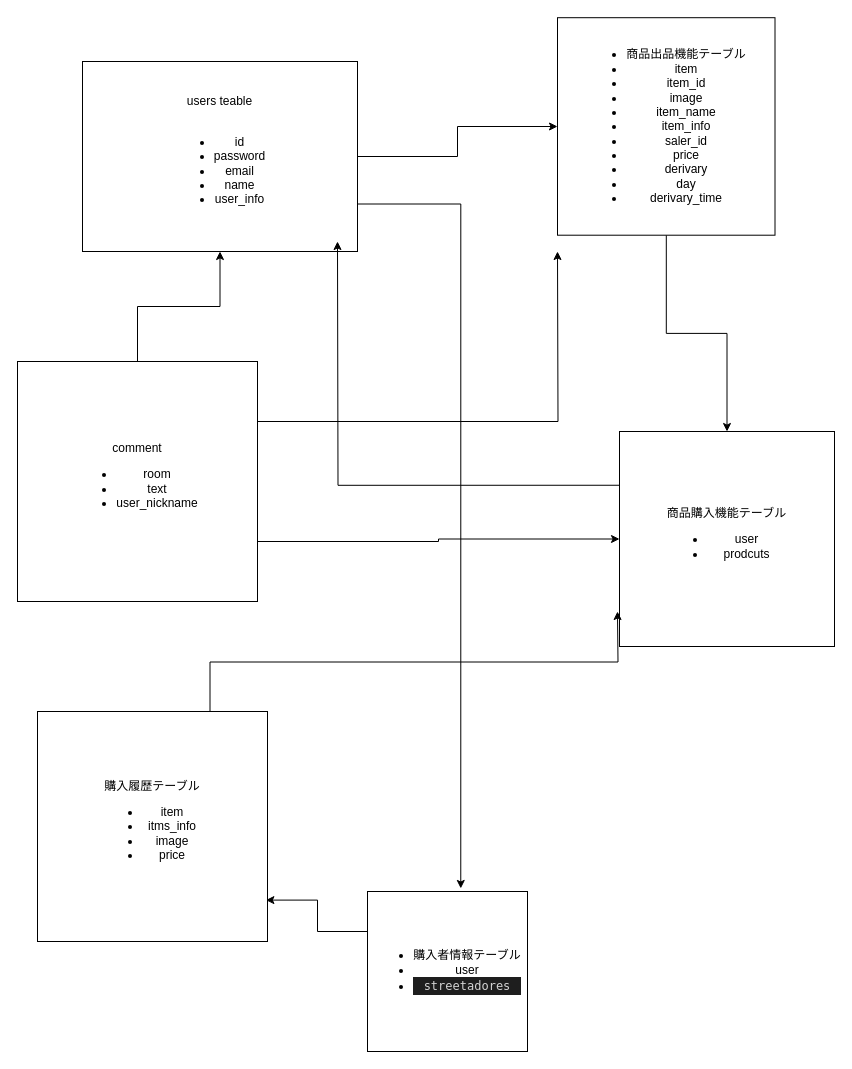
The draw.io diagram test.dio in 20000414t/furima-34444, before the edit. Source tidied: cells renumbered, new cells numbered last; positions are measured from the earlier drawing's top-left corner, leaving out a move shared by most shapes. Both pictures are drawn from the tidied source at 100%, with x=0, y=0 at pixel (17, 17).
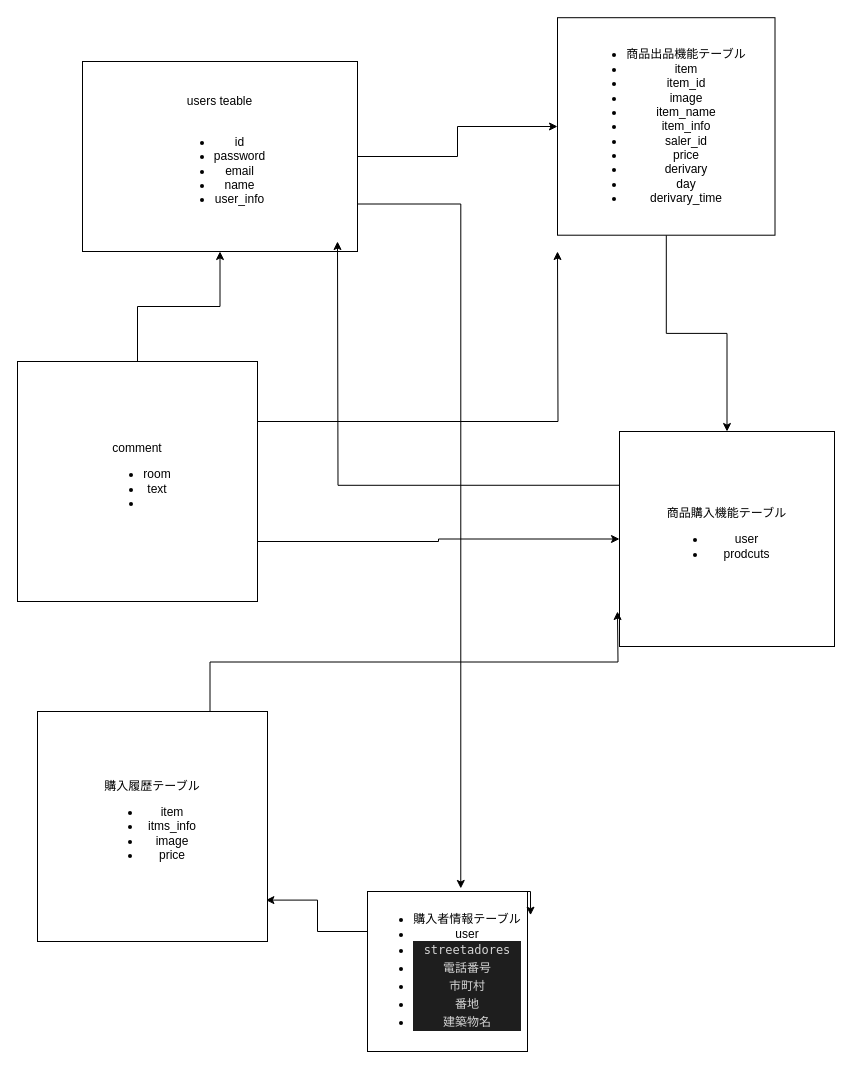
Above is the later version.

Diff of the diagram source:
```diff
@@
 <mxGraphModel>
   <root>
     <mxCell id="0" />
     <mxCell id="1" parent="0" />
     <mxCell id="2" style="edgeStyle=orthogonalEdgeStyle;rounded=0;jettySize=auto;html=1;exitX=1;exitY=0.5;exitDx=0;exitDy=0;" parent="1" edge="1" source="4" target="6">
       <mxGeometry relative="1" as="geometry" />
     </mxCell>
     <mxCell id="3" style="edgeStyle=orthogonalEdgeStyle;rounded=0;jettySize=auto;html=1;exitX=1;exitY=0.75;exitDx=0;exitDy=0;entryX=0.583;entryY=-0.019;entryDx=0;entryDy=0;entryPerimeter=0;" parent="1" edge="1" source="4" target="16">
       <mxGeometry relative="1" as="geometry" />
     </mxCell>
     <mxCell id="4" value="users teable&lt;br&gt;&lt;br&gt;&lt;ul&gt;&lt;li&gt;id&lt;/li&gt;&lt;li&gt;password&lt;/li&gt;&lt;li&gt;email&lt;/li&gt;&lt;li&gt;name&lt;/li&gt;&lt;li&gt;user_info&lt;/li&gt;&lt;/ul&gt;" style="whiteSpace=wrap;html=1;" parent="1" vertex="1">
       <mxGeometry x="65" y="44" width="275" height="190" as="geometry" />
     </mxCell>
     <mxCell id="5" style="edgeStyle=orthogonalEdgeStyle;rounded=0;jettySize=auto;html=1;entryX=0.5;entryY=0;entryDx=0;entryDy=0;" parent="1" edge="1" source="6" target="8">
       <mxGeometry relative="1" as="geometry" />
     </mxCell>
     <mxCell id="6" value="&lt;ul&gt;&lt;li&gt;&lt;span&gt;商品出品機能テーブル&lt;/span&gt;&lt;/li&gt;&lt;li&gt;&lt;span&gt;item&lt;/span&gt;&lt;/li&gt;&lt;li&gt;&lt;span&gt;item_id&lt;/span&gt;&lt;/li&gt;&lt;li&gt;&lt;span&gt;image&lt;/span&gt;&lt;/li&gt;&lt;li&gt;&lt;span&gt;item_name&lt;/span&gt;&lt;/li&gt;&lt;li&gt;&lt;span&gt;item_info&lt;/span&gt;&lt;/li&gt;&lt;li&gt;&lt;span&gt;saler_id&lt;/span&gt;&lt;/li&gt;&lt;li&gt;&lt;span&gt;price&lt;/span&gt;&lt;/li&gt;&lt;li&gt;&lt;span&gt;derivary&lt;/span&gt;&lt;/li&gt;&lt;li&gt;&lt;span&gt;day&lt;/span&gt;&lt;/li&gt;&lt;li&gt;&lt;span&gt;derivary_time&lt;/span&gt;&lt;/li&gt;&lt;/ul&gt;" style="whiteSpace=wrap;html=1;align=center;" parent="1" vertex="1">
       <mxGeometry x="540" y="0.2" width="217.5" height="217.5" as="geometry" />
     </mxCell>
     <mxCell id="7" style="edgeStyle=orthogonalEdgeStyle;rounded=0;jettySize=auto;html=1;exitX=0;exitY=0.25;exitDx=0;exitDy=0;" parent="1" edge="1" source="8">
       <mxGeometry relative="1" as="geometry">
         <mxPoint x="320" y="224" as="targetPoint" />
       </mxGeometry>
     </mxCell>
     <mxCell id="8" value="商品購入機能テーブル&lt;br&gt;&lt;ul&gt;&lt;li&gt;user&lt;/li&gt;&lt;li&gt;prodcuts&lt;/li&gt;&lt;/ul&gt;" style="whiteSpace=wrap;html=1;align=center;" parent="1" vertex="1">
       <mxGeometry x="602" y="414" width="215" height="215" as="geometry" />
     </mxCell>
     <mxCell id="9" style="edgeStyle=orthogonalEdgeStyle;rounded=0;jettySize=auto;html=1;exitX=1;exitY=0.25;exitDx=0;exitDy=0;" parent="1" edge="1" source="12">
       <mxGeometry relative="1" as="geometry">
         <mxPoint x="540" y="234" as="targetPoint" />
       </mxGeometry>
     </mxCell>
     <mxCell id="10" style="edgeStyle=orthogonalEdgeStyle;rounded=0;jettySize=auto;html=1;exitX=0.5;exitY=0;exitDx=0;exitDy=0;entryX=0.5;entryY=1;entryDx=0;entryDy=0;" parent="1" edge="1" source="12" target="4">
       <mxGeometry relative="1" as="geometry" />
     </mxCell>
     <mxCell id="11" style="edgeStyle=orthogonalEdgeStyle;rounded=0;jettySize=auto;html=1;exitX=1;exitY=0.75;exitDx=0;exitDy=0;" parent="1" edge="1" source="12" target="8">
       <mxGeometry relative="1" as="geometry" />
     </mxCell>
-    <mxCell id="12" value="comment&lt;br&gt;&lt;ul&gt;&lt;li&gt;room&lt;/li&gt;&lt;li&gt;text&lt;/li&gt;&lt;li&gt;user_nickname&lt;/li&gt;&lt;/ul&gt;" style="whiteSpace=wrap;html=1;align=center;" parent="1" vertex="1">
+    <mxCell id="12" value="comment&lt;br&gt;&lt;ul&gt;&lt;li&gt;room&lt;/li&gt;&lt;li&gt;text&lt;/li&gt;&lt;li&gt;&lt;br&gt;&lt;/li&gt;&lt;/ul&gt;" style="whiteSpace=wrap;html=1;align=center;" parent="1" vertex="1">
       <mxGeometry y="344" width="240" height="240" as="geometry" />
     </mxCell>
     <mxCell id="13" style="edgeStyle=orthogonalEdgeStyle;rounded=0;jettySize=auto;html=1;exitX=0.75;exitY=0;exitDx=0;exitDy=0;" parent="1" edge="1" source="14">
       <mxGeometry relative="1" as="geometry">
         <mxPoint x="600" y="594" as="targetPoint" />
       </mxGeometry>
     </mxCell>
     <mxCell id="14" value="購入履歴テーブル&lt;br&gt;&lt;ul&gt;&lt;li&gt;item&lt;/li&gt;&lt;li&gt;itms_info　&lt;/li&gt;&lt;li&gt;image&lt;/li&gt;&lt;li&gt;price&lt;/li&gt;&lt;/ul&gt;" style="whiteSpace=wrap;html=1;align=center;" parent="1" vertex="1">
       <mxGeometry x="20" y="694" width="230" height="230" as="geometry" />
     </mxCell>
     <mxCell id="15" style="edgeStyle=orthogonalEdgeStyle;rounded=0;jettySize=auto;html=1;exitX=0;exitY=0.25;exitDx=0;exitDy=0;entryX=0.993;entryY=0.82;entryDx=0;entryDy=0;entryPerimeter=0;" parent="1" edge="1" source="16" target="14">
       <mxGeometry relative="1" as="geometry" />
     </mxCell>
-    <mxCell id="16" value="&lt;ul&gt;&lt;li&gt;購入者情報テーブル&lt;/li&gt;&lt;li&gt;user&lt;/li&gt;&lt;li&gt;&lt;div style=&quot;color: rgb(212 , 212 , 212) ; background-color: rgb(30 , 30 , 30) ; font-family: &amp;#34;menlo&amp;#34; , &amp;#34;monaco&amp;#34; , &amp;#34;courier new&amp;#34; , monospace ; line-height: 18px&quot;&gt;streetadores&lt;/div&gt;&lt;/li&gt;&lt;/ul&gt;" style="whiteSpace=wrap;html=1;align=center;" parent="1" vertex="1">
+    <mxCell id="16" value="&lt;ul&gt;&lt;li&gt;購入者情報テーブル&lt;/li&gt;&lt;li&gt;user&lt;/li&gt;&lt;li&gt;&lt;div style=&quot;color: rgb(212 , 212 , 212) ; background-color: rgb(30 , 30 , 30) ; font-family: &amp;#34;menlo&amp;#34; , &amp;#34;monaco&amp;#34; , &amp;#34;courier new&amp;#34; , monospace ; line-height: 18px&quot;&gt;streetadores&lt;/div&gt;&lt;/li&gt;&lt;li&gt;&lt;div style=&quot;color: rgb(212 , 212 , 212) ; background-color: rgb(30 , 30 , 30) ; font-family: &amp;#34;menlo&amp;#34; , &amp;#34;monaco&amp;#34; , &amp;#34;courier new&amp;#34; , monospace ; line-height: 18px&quot;&gt;電話番号&lt;/div&gt;&lt;/li&gt;&lt;li&gt;&lt;div style=&quot;color: rgb(212 , 212 , 212) ; background-color: rgb(30 , 30 , 30) ; font-family: &amp;#34;menlo&amp;#34; , &amp;#34;monaco&amp;#34; , &amp;#34;courier new&amp;#34; , monospace ; line-height: 18px&quot;&gt;市町村&lt;/div&gt;&lt;/li&gt;&lt;li&gt;&lt;div style=&quot;color: rgb(212 , 212 , 212) ; background-color: rgb(30 , 30 , 30) ; font-family: &amp;#34;menlo&amp;#34; , &amp;#34;monaco&amp;#34; , &amp;#34;courier new&amp;#34; , monospace ; line-height: 18px&quot;&gt;番地&lt;/div&gt;&lt;/li&gt;&lt;li&gt;&lt;div style=&quot;color: rgb(212 , 212 , 212) ; background-color: rgb(30 , 30 , 30) ; font-family: &amp;#34;menlo&amp;#34; , &amp;#34;monaco&amp;#34; , &amp;#34;courier new&amp;#34; , monospace ; line-height: 18px&quot;&gt;建築物名&lt;/div&gt;&lt;/li&gt;&lt;/ul&gt;" style="whiteSpace=wrap;html=1;align=center;" parent="1" vertex="1">
       <mxGeometry x="350" y="874" width="160" height="160" as="geometry" />
     </mxCell>
+    <mxCell id="17" style="edgeStyle=orthogonalEdgeStyle;rounded=0;orthogonalLoop=1;jettySize=auto;html=1;exitX=1;exitY=0;exitDx=0;exitDy=0;entryX=1.019;entryY=0.148;entryDx=0;entryDy=0;entryPerimeter=0;" parent="1" edge="1" source="16" target="16">
+      <mxGeometry relative="1" as="geometry" />
+    </mxCell>
   </root>
 </mxGraphModel>
```
